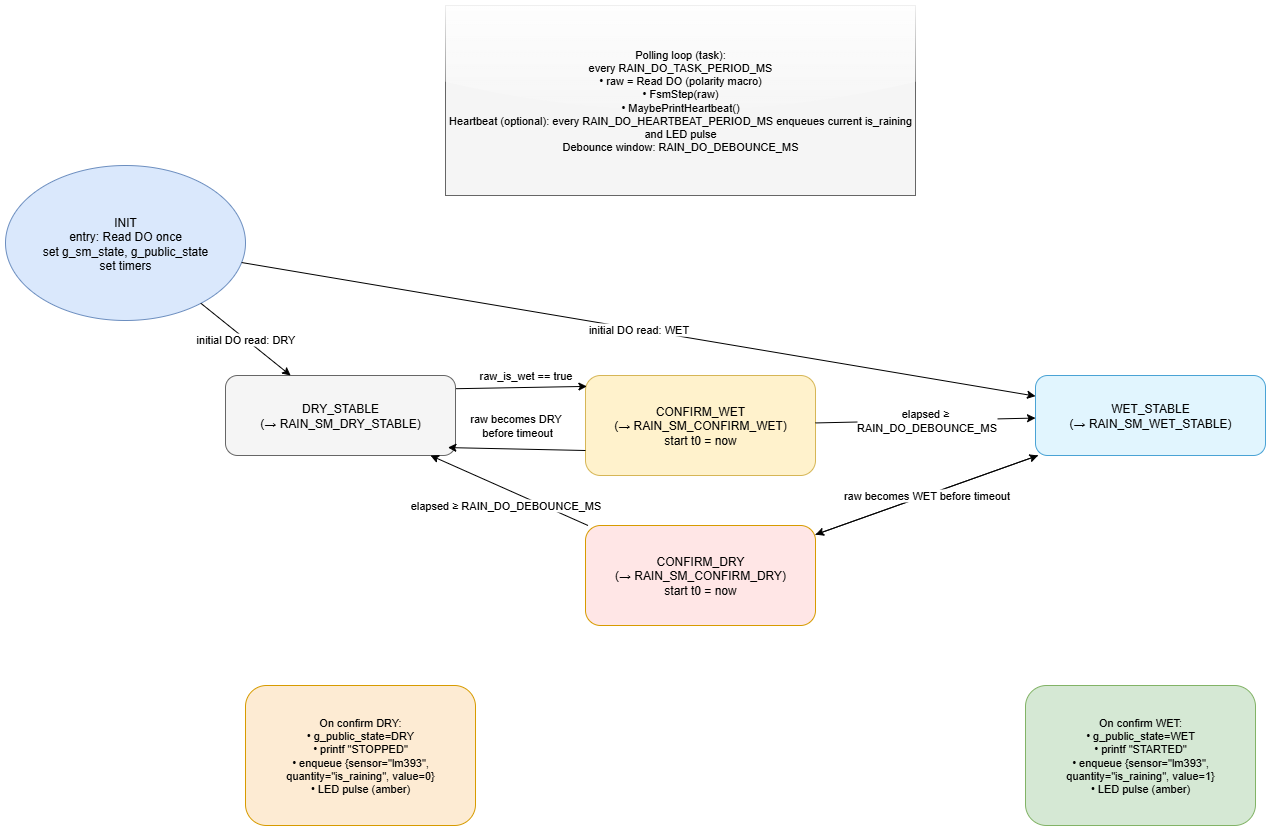
This is tinyml_home_weather_forecasting-LM393 State Machine Diagram.png from rishi-latchmepersad/TinyML-Home-Weather-Forecasting, a draw.io export, as it was before one commit. Source tidied: cells renumbered, new cells last; positions are measured from the earlier drawing's top-left corner, leaving out a move shared by most shapes. Its diagram source:
```xml
<mxGraphModel>
  <root>
    <mxCell id="0" />
    <mxCell id="1" parent="0" />
    <mxCell id="2" value="INIT&#10;entry: Read DO once&#10;set g_sm_state, g_public_state&#10;set timers" style="ellipse;whiteSpace=wrap;html=1;fillColor=#dae8fc;strokeColor=#6c8ebf;" parent="1" vertex="1">
      <mxGeometry y="160" width="240" height="155" as="geometry" />
    </mxCell>
    <mxCell id="3" value="DRY_STABLE&#10;(→ RAIN_SM_DRY_STABLE)" style="rounded=1;whiteSpace=wrap;html=1;fillColor=#f5f5f5;strokeColor=#666666;" parent="1" vertex="1">
      <mxGeometry x="220" y="370" width="230" height="80" as="geometry" />
    </mxCell>
    <mxCell id="4" value="CONFIRM_WET&#10;(→ RAIN_SM_CONFIRM_WET)&#10;start t0 = now" style="rounded=1;whiteSpace=wrap;html=1;fillColor=#fff2cc;strokeColor=#d6b656;" parent="1" vertex="1">
      <mxGeometry x="580" y="370" width="230" height="100" as="geometry" />
    </mxCell>
    <mxCell id="5" value="WET_STABLE&#10;(→ RAIN_SM_WET_STABLE)" style="rounded=1;whiteSpace=wrap;html=1;fillColor=#e1f5fe;strokeColor=#4aa3d5;" parent="1" vertex="1">
      <mxGeometry x="1030" y="370" width="230" height="80" as="geometry" />
    </mxCell>
    <mxCell id="6" value="CONFIRM_DRY&#10;(→ RAIN_SM_CONFIRM_DRY)&#10;start t0 = now" style="rounded=1;whiteSpace=wrap;html=1;fillColor=#ffe6e6;strokeColor=#d79b00;" parent="1" vertex="1">
      <mxGeometry x="580" y="520" width="230" height="100" as="geometry" />
    </mxCell>
    <mxCell id="7" value="Polling loop (task):&#10;every RAIN_DO_TASK_PERIOD_MS&#10;• raw = Read DO (polarity macro)&#10;• FsmStep(raw)&#10;• MaybePrintHeartbeat()&#10;Heartbeat (optional): every RAIN_DO_HEARTBEAT_PERIOD_MS enqueues current is_raining and LED pulse&#10;Debounce window: RAIN_DO_DEBOUNCE_MS" style="rounded=0;whiteSpace=wrap;html=1;fillColor=#f5f5f5;strokeColor=#666666;fontSize=11;glass=1;" parent="1" vertex="1">
      <mxGeometry x="440" width="470" height="190" as="geometry" />
    </mxCell>
    <mxCell id="8" value="On confirm WET:&#10;• g_public_state=WET&#10;• printf &quot;STARTED&quot;&#10;• enqueue {sensor=&quot;lm393&quot;, quantity=&quot;is_raining&quot;, value=1}&#10;• LED pulse (amber)" style="rounded=1;whiteSpace=wrap;html=1;fillColor=#d5e8d4;strokeColor=#82b366;fontSize=11;" parent="1" vertex="1">
      <mxGeometry x="1020" y="680" width="230" height="140" as="geometry" />
    </mxCell>
    <mxCell id="9" value="On confirm DRY:&#10;• g_public_state=DRY&#10;• printf &quot;STOPPED&quot;&#10;• enqueue {sensor=&quot;lm393&quot;, quantity=&quot;is_raining&quot;, value=0}&#10;• LED pulse (amber)" style="rounded=1;whiteSpace=wrap;html=1;fillColor=#fdebd3;strokeColor=#d79b00;fontSize=11;" parent="1" vertex="1">
      <mxGeometry x="240" y="680" width="230" height="140" as="geometry" />
    </mxCell>
    <mxCell id="10" value="initial DO read: DRY" style="endArrow=classic;html=1;" parent="1" edge="1" source="2" target="3">
      <mxGeometry relative="1" as="geometry" />
    </mxCell>
    <mxCell id="11" value="initial DO read: WET" style="endArrow=classic;html=1;" parent="1" edge="1" source="2" target="5">
      <mxGeometry relative="1" as="geometry" />
    </mxCell>
    <mxCell id="12" value="raw_is_wet == true" style="endArrow=classic;html=1;exitX=1.003;exitY=0.165;exitDx=0;exitDy=0;exitPerimeter=0;entryX=0.006;entryY=0.109;entryDx=0;entryDy=0;entryPerimeter=0;" parent="1" edge="1" source="3" target="4">
      <mxGeometry x="0.06" y="12" relative="1" as="geometry" />
    </mxCell>
    <mxCell id="13" value="raw becomes DRY&lt;div&gt;&amp;nbsp;before timeout&lt;/div&gt;" style="endArrow=classic;html=1;entryX=0.967;entryY=0.901;entryDx=0;entryDy=0;exitX=0;exitY=0.75;exitDx=0;exitDy=0;entryPerimeter=0;" parent="1" edge="1" source="4" target="3">
      <mxGeometry x="0.02" y="-24" relative="1" as="geometry" />
    </mxCell>
    <mxCell id="14" value="elapsed ≥&amp;nbsp;&lt;div&gt;RAIN_DO_DEBOUNCE_MS&lt;/div&gt;" style="endArrow=classic;html=1;" parent="1" edge="1" source="4" target="5">
      <mxGeometry relative="1" as="geometry" />
    </mxCell>
    <mxCell id="15" value="raw_is_wet == false" style="endArrow=classic;html=1;" parent="1" edge="1" source="5" target="6">
      <mxGeometry relative="1" as="geometry" />
    </mxCell>
    <mxCell id="16" value="raw becomes WET before timeout" style="endArrow=classic;html=1;" parent="1" edge="1" source="6" target="5">
      <mxGeometry relative="1" as="geometry" />
    </mxCell>
    <mxCell id="17" value="elapsed ≥ RAIN_DO_DEBOUNCE_MS" style="endArrow=classic;html=1;" parent="1" edge="1" source="6" target="3">
      <mxGeometry x="-0.03" y="15" relative="1" as="geometry" />
    </mxCell>
  </root>
</mxGraphModel>
```
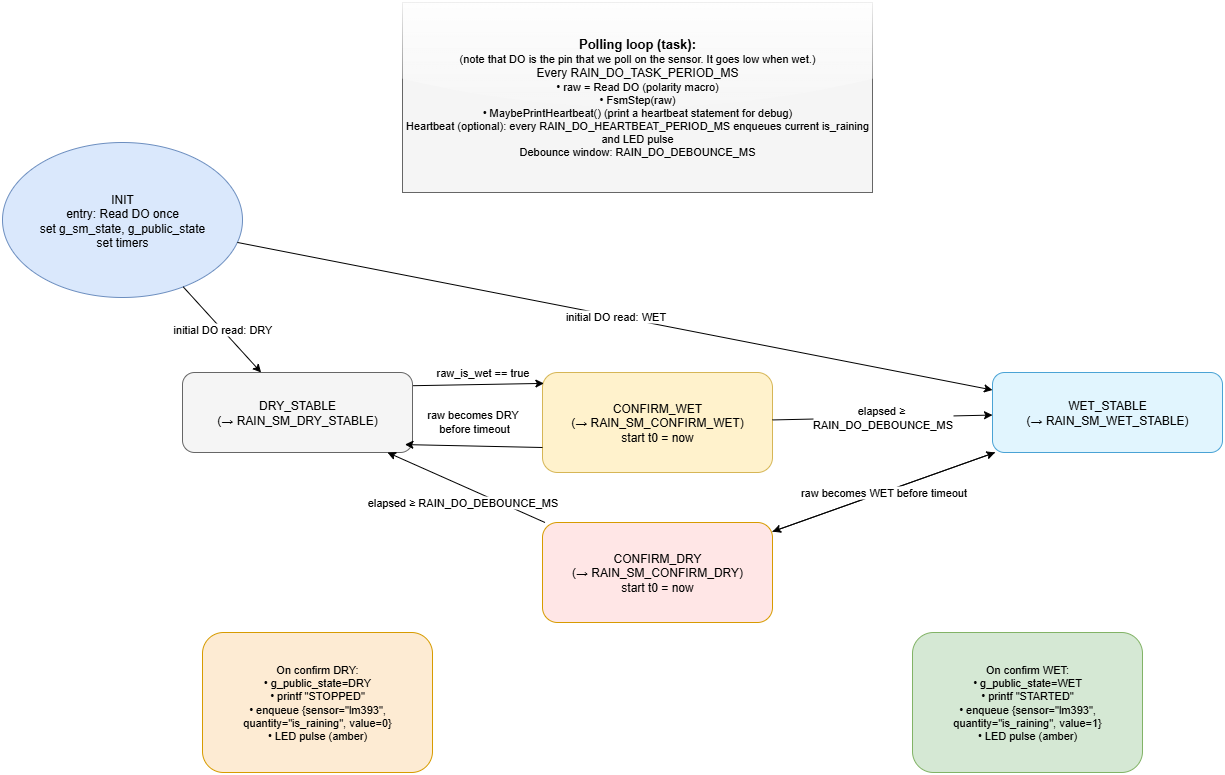
The same file after the commit.

Change to the diagram source:
```diff
@@ -3,7 +3,7 @@
     <mxCell id="0" />
     <mxCell id="1" parent="0" />
     <mxCell id="2" value="INIT&#10;entry: Read DO once&#10;set g_sm_state, g_public_state&#10;set timers" style="ellipse;whiteSpace=wrap;html=1;fillColor=#dae8fc;strokeColor=#6c8ebf;" parent="1" vertex="1">
-      <mxGeometry y="160" width="240" height="155" as="geometry" />
+      <mxGeometry x="40" y="140" width="240" height="155" as="geometry" />
     </mxCell>
     <mxCell id="3" value="DRY_STABLE&#10;(→ RAIN_SM_DRY_STABLE)" style="rounded=1;whiteSpace=wrap;html=1;fillColor=#f5f5f5;strokeColor=#666666;" parent="1" vertex="1">
       <mxGeometry x="220" y="370" width="230" height="80" as="geometry" />
@@ -17,14 +17,14 @@
     <mxCell id="6" value="CONFIRM_DRY&#10;(→ RAIN_SM_CONFIRM_DRY)&#10;start t0 = now" style="rounded=1;whiteSpace=wrap;html=1;fillColor=#ffe6e6;strokeColor=#d79b00;" parent="1" vertex="1">
       <mxGeometry x="580" y="520" width="230" height="100" as="geometry" />
     </mxCell>
-    <mxCell id="7" value="Polling loop (task):&#10;every RAIN_DO_TASK_PERIOD_MS&#10;• raw = Read DO (polarity macro)&#10;• FsmStep(raw)&#10;• MaybePrintHeartbeat()&#10;Heartbeat (optional): every RAIN_DO_HEARTBEAT_PERIOD_MS enqueues current is_raining and LED pulse&#10;Debounce window: RAIN_DO_DEBOUNCE_MS" style="rounded=0;whiteSpace=wrap;html=1;fillColor=#f5f5f5;strokeColor=#666666;fontSize=11;glass=1;" parent="1" vertex="1">
+    <mxCell id="7" value="&lt;b&gt;&lt;font style=&quot;font-size: 13px;&quot;&gt;Polling loop (task):&lt;/font&gt;&lt;/b&gt;&lt;div&gt;(note that DO is the pin that we poll on the sensor. It goes low when wet.)&lt;br&gt;&lt;font style=&quot;font-size: 12px;&quot;&gt;Every RAIN_DO_TASK_PERIOD_MS&lt;/font&gt;&lt;br&gt;• raw = Read DO (polarity macro)&lt;br&gt;• FsmStep(raw)&lt;br&gt;• MaybePrintHeartbeat() (print a heartbeat statement for debug)&lt;br&gt;Heartbeat (optional): every RAIN_DO_HEARTBEAT_PERIOD_MS enqueues current is_raining and LED pulse&lt;br&gt;Debounce window: RAIN_DO_DEBOUNCE_MS&lt;/div&gt;" style="rounded=0;whiteSpace=wrap;html=1;fillColor=#f5f5f5;strokeColor=#666666;fontSize=11;glass=1;" parent="1" vertex="1">
       <mxGeometry x="440" width="470" height="190" as="geometry" />
     </mxCell>
     <mxCell id="8" value="On confirm WET:&#10;• g_public_state=WET&#10;• printf &quot;STARTED&quot;&#10;• enqueue {sensor=&quot;lm393&quot;, quantity=&quot;is_raining&quot;, value=1}&#10;• LED pulse (amber)" style="rounded=1;whiteSpace=wrap;html=1;fillColor=#d5e8d4;strokeColor=#82b366;fontSize=11;" parent="1" vertex="1">
-      <mxGeometry x="1020" y="680" width="230" height="140" as="geometry" />
+      <mxGeometry x="950" y="630" width="230" height="140" as="geometry" />
     </mxCell>
     <mxCell id="9" value="On confirm DRY:&#10;• g_public_state=DRY&#10;• printf &quot;STOPPED&quot;&#10;• enqueue {sensor=&quot;lm393&quot;, quantity=&quot;is_raining&quot;, value=0}&#10;• LED pulse (amber)" style="rounded=1;whiteSpace=wrap;html=1;fillColor=#fdebd3;strokeColor=#d79b00;fontSize=11;" parent="1" vertex="1">
-      <mxGeometry x="240" y="680" width="230" height="140" as="geometry" />
+      <mxGeometry x="240" y="630" width="230" height="140" as="geometry" />
     </mxCell>
     <mxCell id="10" value="initial DO read: DRY" style="endArrow=classic;html=1;" parent="1" edge="1" source="2" target="3">
       <mxGeometry relative="1" as="geometry" />
```
